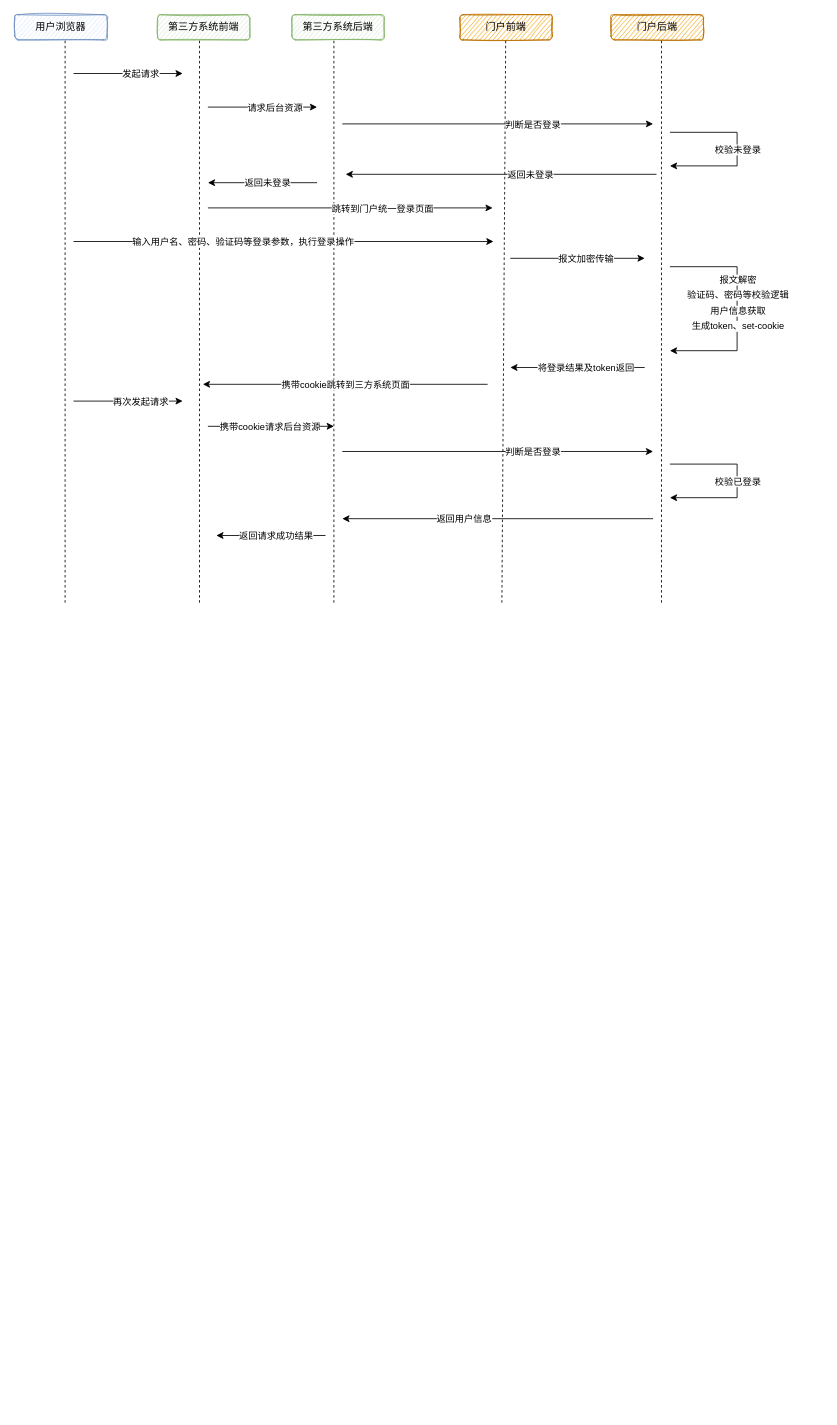
The draw.io diagram 单点登录流程oauth2.drawio in Aias00/drawio, before the edit. Source tidied: cells renumbered, new cells numbered last; positions are measured from the earlier drawing's top-left corner, leaving out a move shared by most shapes. Both pictures are drawn from the tidied source at 84%, with x=0, y=0 at pixel (14, 14).
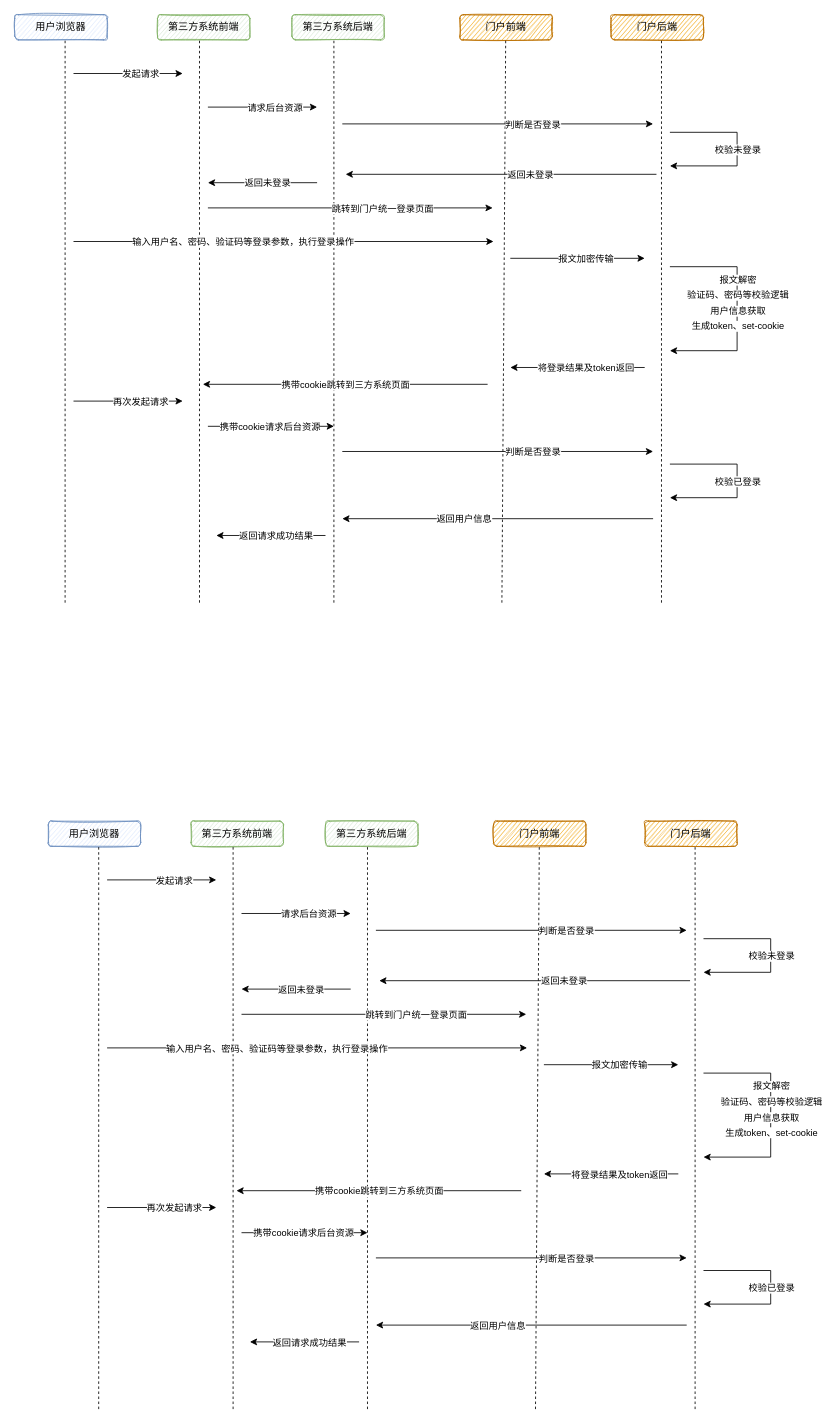
After the change.

Commit message (it also covers changes not shown here):
更新单点登录流程oauth2.drawio

What changed in the source:
```diff
@@
+    <mxCell id="51" value="用户浏览器" style="whiteSpace=wrap;html=1;glass=0;shadow=0;fillColor=#dae8fc;strokeColor=#6c8ebf;gradientColor=none;rounded=1;sketch=1;" parent="1" vertex="1">
+      <mxGeometry x="40" y="960" width="110" height="30" as="geometry" />
+    </mxCell>
+    <mxCell id="52" value="第三方系统前端" style="whiteSpace=wrap;html=1;glass=0;shadow=0;fillColor=#d5e8d4;strokeColor=#82b366;rounded=1;sketch=1;" parent="1" vertex="1">
+      <mxGeometry x="210" y="960" width="110" height="30" as="geometry" />
+    </mxCell>
+    <mxCell id="53" value="第三方系统后端" style="whiteSpace=wrap;html=1;glass=0;shadow=0;fillColor=#d5e8d4;strokeColor=#82b366;rounded=1;sketch=1;" parent="1" vertex="1">
+      <mxGeometry x="370" y="960" width="110" height="30" as="geometry" />
+    </mxCell>
+    <mxCell id="54" value="门户前端" style="whiteSpace=wrap;html=1;glass=0;shadow=0;fillColor=#f0a30a;strokeColor=#BD7000;rounded=1;sketch=1;fontColor=#000000;" parent="1" vertex="1">
+      <mxGeometry x="570" y="960" width="110" height="30" as="geometry" />
+    </mxCell>
+    <mxCell id="55" value="门户后端" style="whiteSpace=wrap;html=1;glass=0;shadow=0;fillColor=#f0a30a;strokeColor=#BD7000;rounded=1;sketch=1;fontColor=#000000;" parent="1" vertex="1">
+      <mxGeometry x="750" y="960" width="110" height="30" as="geometry" />
+    </mxCell>
+    <mxCell id="56" style="endArrow=none;dashed=1;html=1;rounded=0;" parent="1" edge="1">
+      <mxGeometry relative="1" as="geometry">
+        <mxPoint x="260" y="1660" as="sourcePoint" />
+        <mxPoint x="260" y="990" as="targetPoint" />
+      </mxGeometry>
+    </mxCell>
+    <mxCell id="57" style="endArrow=none;dashed=1;html=1;rounded=0;" parent="1" edge="1">
+      <mxGeometry relative="1" as="geometry">
+        <mxPoint x="100" y="1660" as="sourcePoint" />
+        <mxPoint x="100" y="990" as="targetPoint" />
+      </mxGeometry>
+    </mxCell>
+    <mxCell id="58" style="endArrow=classic;html=1;rounded=0;" parent="1" edge="1">
+      <mxGeometry relative="1" as="geometry">
+        <mxPoint x="110" y="1030" as="sourcePoint" />
+        <mxPoint x="240" y="1030" as="targetPoint" />
+      </mxGeometry>
+    </mxCell>
+    <mxCell id="59" value="发起请求" style="edgeLabel;html=1;align=center;verticalAlign=middle;" parent="58" vertex="1">
+      <mxGeometry x="0.22" relative="1" as="geometry" />
+    </mxCell>
+    <mxCell id="60" style="endArrow=none;dashed=1;html=1;rounded=0;" parent="1" edge="1">
+      <mxGeometry relative="1" as="geometry">
+        <mxPoint x="420" y="1660" as="sourcePoint" />
+        <mxPoint x="420" y="990" as="targetPoint" />
+      </mxGeometry>
+    </mxCell>
+    <mxCell id="61" style="endArrow=classic;html=1;rounded=0;" parent="1" edge="1">
+      <mxGeometry relative="1" as="geometry">
+        <mxPoint x="270" y="1070" as="sourcePoint" />
+        <mxPoint x="400" y="1070" as="targetPoint" />
+      </mxGeometry>
+    </mxCell>
+    <mxCell id="62" value="请求后台资源" style="edgeLabel;html=1;align=center;verticalAlign=middle;" parent="61" vertex="1">
+      <mxGeometry x="0.22" relative="1" as="geometry" />
+    </mxCell>
+    <mxCell id="63" style="endArrow=none;dashed=1;html=1;rounded=0;" parent="1" edge="1">
+      <mxGeometry relative="1" as="geometry">
+        <mxPoint x="620" y="1660" as="sourcePoint" />
+        <mxPoint x="624.5" y="990" as="targetPoint" />
+      </mxGeometry>
+    </mxCell>
+    <mxCell id="64" style="endArrow=none;dashed=1;html=1;rounded=0;" parent="1" edge="1">
+      <mxGeometry relative="1" as="geometry">
+        <mxPoint x="810" y="1660" as="sourcePoint" />
+        <mxPoint x="810" y="990" as="targetPoint" />
+      </mxGeometry>
+    </mxCell>
+    <mxCell id="65" style="endArrow=classic;html=1;rounded=0;" parent="1" edge="1">
+      <mxGeometry relative="1" as="geometry">
+        <mxPoint x="430" y="1090" as="sourcePoint" />
+        <mxPoint x="800" y="1090" as="targetPoint" />
+      </mxGeometry>
+    </mxCell>
+    <mxCell id="66" value="判断是否登录" style="edgeLabel;html=1;align=center;verticalAlign=middle;" parent="65" vertex="1">
+      <mxGeometry x="0.22" relative="1" as="geometry" />
+    </mxCell>
+    <mxCell id="67" style="endArrow=classic;html=1;rounded=0;" parent="1" edge="1">
+      <mxGeometry relative="1" as="geometry">
+        <mxPoint x="804" y="1150" as="sourcePoint" />
+        <mxPoint x="434" y="1150" as="targetPoint" />
+      </mxGeometry>
+    </mxCell>
+    <mxCell id="68" value="返回未登录" style="edgeLabel;html=1;align=center;verticalAlign=middle;" parent="67" vertex="1">
+      <mxGeometry x="0.22" relative="1" as="geometry">
+        <mxPoint x="75" as="offset" />
+      </mxGeometry>
+    </mxCell>
+    <mxCell id="69" style="endArrow=classic;html=1;rounded=0;" parent="1" edge="1">
+      <mxGeometry relative="1" as="geometry">
+        <mxPoint x="400" y="1160" as="sourcePoint" />
+        <mxPoint x="270" y="1160" as="targetPoint" />
+      </mxGeometry>
+    </mxCell>
+    <mxCell id="70" value="返回未登录" style="edgeLabel;html=1;align=center;verticalAlign=middle;" parent="69" vertex="1">
+      <mxGeometry x="0.22" relative="1" as="geometry">
+        <mxPoint x="19" as="offset" />
+      </mxGeometry>
+    </mxCell>
+    <mxCell id="71" style="endArrow=classic;html=1;rounded=0;" parent="1" edge="1">
+      <mxGeometry relative="1" as="geometry">
+        <mxPoint x="270" y="1190" as="sourcePoint" />
+        <mxPoint x="609" y="1190" as="targetPoint" />
+      </mxGeometry>
+    </mxCell>
+    <mxCell id="72" value="跳转到门户统一登录页面" style="edgeLabel;html=1;align=center;verticalAlign=middle;" parent="71" vertex="1">
+      <mxGeometry x="0.22" relative="1" as="geometry" />
+    </mxCell>
+    <mxCell id="73" style="endArrow=classic;html=1;rounded=0;" parent="1" edge="1">
+      <mxGeometry relative="1" as="geometry">
+        <mxPoint x="110" y="1230" as="sourcePoint" />
+        <mxPoint x="610" y="1230" as="targetPoint" />
+      </mxGeometry>
+    </mxCell>
+    <mxCell id="74" value="输入用户名、密码、验证码等登录参数，执行登录操作" style="edgeLabel;html=1;align=center;verticalAlign=middle;" parent="73" vertex="1">
+      <mxGeometry x="0.22" relative="1" as="geometry">
+        <mxPoint x="-104" as="offset" />
+      </mxGeometry>
+    </mxCell>
+    <mxCell id="75" style="endArrow=classic;html=1;rounded=0;" parent="1" edge="1">
+      <mxGeometry relative="1" as="geometry">
+        <mxPoint x="630" y="1250" as="sourcePoint" />
+        <mxPoint x="790" y="1250" as="targetPoint" />
+      </mxGeometry>
+    </mxCell>
+    <mxCell id="76" value="报文加密传输" style="edgeLabel;html=1;align=center;verticalAlign=middle;" parent="75" vertex="1">
+      <mxGeometry x="0.22" relative="1" as="geometry">
+        <mxPoint x="-9" as="offset" />
+      </mxGeometry>
+    </mxCell>
+    <mxCell id="77" style="endArrow=classic;html=1;rounded=0;edgeStyle=elbowEdgeStyle;" parent="1" edge="1">
+      <mxGeometry relative="1" as="geometry">
+        <mxPoint x="820" y="1100" as="sourcePoint" />
+        <mxPoint x="820" y="1140" as="targetPoint" />
+        <Array as="points">
+          <mxPoint x="900" y="1120" />
+        </Array>
+      </mxGeometry>
+    </mxCell>
+    <mxCell id="78" value="校验未登录" style="edgeLabel;html=1;align=center;verticalAlign=middle;" parent="77" vertex="1">
+      <mxGeometry x="-0.52" y="-2" relative="1" as="geometry">
+        <mxPoint x="32" y="18" as="offset" />
+      </mxGeometry>
+    </mxCell>
+    <mxCell id="79" style="endArrow=classic;html=1;rounded=0;edgeStyle=elbowEdgeStyle;" parent="1" edge="1">
+      <mxGeometry relative="1" as="geometry">
+        <mxPoint x="820" y="1260" as="sourcePoint" />
+        <mxPoint x="820" y="1360" as="targetPoint" />
+        <Array as="points">
+          <mxPoint x="900" y="1280" />
+        </Array>
+      </mxGeometry>
+    </mxCell>
+    <mxCell id="80" value="报文解密" style="edgeLabel;html=1;align=center;verticalAlign=middle;" parent="79" vertex="1">
+      <mxGeometry x="-0.27" y="-2" relative="1" as="geometry">
+        <mxPoint x="2" as="offset" />
+      </mxGeometry>
+    </mxCell>
+    <mxCell id="81" value="验证码、密码等校验逻辑" style="edgeLabel;html=1;align=center;verticalAlign=middle;" parent="1" vertex="1">
+      <mxGeometry x="900" y="1293" as="geometry" />
+    </mxCell>
+    <mxCell id="82" value="用户信息获取" style="edgeLabel;html=1;align=center;verticalAlign=middle;" parent="1" vertex="1">
+      <mxGeometry x="900" y="1312" as="geometry" />
+    </mxCell>
+    <mxCell id="83" value="生成token、set-cookie" style="edgeLabel;html=1;align=center;verticalAlign=middle;" parent="1" vertex="1">
+      <mxGeometry x="900" y="1330" as="geometry" />
+    </mxCell>
+    <mxCell id="84" style="endArrow=classic;html=1;rounded=0;" parent="1" edge="1">
+      <mxGeometry relative="1" as="geometry">
+        <mxPoint x="790" y="1380" as="sourcePoint" />
+        <mxPoint x="630" y="1380" as="targetPoint" />
+      </mxGeometry>
+    </mxCell>
+    <mxCell id="85" value="将登录结果及token返回" style="edgeLabel;html=1;align=center;verticalAlign=middle;" parent="84" vertex="1">
+      <mxGeometry x="0.22" relative="1" as="geometry">
+        <mxPoint x="27" as="offset" />
+      </mxGeometry>
+    </mxCell>
+    <mxCell id="86" style="endArrow=classic;html=1;rounded=0;" parent="1" edge="1">
+      <mxGeometry relative="1" as="geometry">
+        <mxPoint x="603" y="1400" as="sourcePoint" />
+        <mxPoint x="264" y="1400" as="targetPoint" />
+      </mxGeometry>
+    </mxCell>
+    <mxCell id="87" value="携带cookie跳转到三方系统页面" style="edgeLabel;html=1;align=center;verticalAlign=middle;" parent="86" vertex="1">
+      <mxGeometry x="0.22" relative="1" as="geometry">
+        <mxPoint x="37" as="offset" />
+      </mxGeometry>
+    </mxCell>
+    <mxCell id="88" style="endArrow=classic;html=1;rounded=0;" parent="1" edge="1">
+      <mxGeometry relative="1" as="geometry">
+        <mxPoint x="110" y="1420" as="sourcePoint" />
+        <mxPoint x="240" y="1420" as="targetPoint" />
+      </mxGeometry>
+    </mxCell>
+    <mxCell id="89" value="再次发起请求" style="edgeLabel;html=1;align=center;verticalAlign=middle;" parent="88" vertex="1">
+      <mxGeometry x="0.22" relative="1" as="geometry" />
+    </mxCell>
+    <mxCell id="90" style="endArrow=classic;html=1;rounded=0;" parent="1" edge="1">
+      <mxGeometry relative="1" as="geometry">
+        <mxPoint x="270" y="1450" as="sourcePoint" />
+        <mxPoint x="420" y="1450" as="targetPoint" />
+      </mxGeometry>
+    </mxCell>
+    <mxCell id="91" value="携带cookie请求后台资源" style="edgeLabel;html=1;align=center;verticalAlign=middle;" parent="90" vertex="1">
+      <mxGeometry x="0.22" relative="1" as="geometry">
+        <mxPoint x="-19" as="offset" />
+      </mxGeometry>
+    </mxCell>
+    <mxCell id="92" style="endArrow=classic;html=1;rounded=0;" parent="1" edge="1">
+      <mxGeometry relative="1" as="geometry">
+        <mxPoint x="430" y="1480" as="sourcePoint" />
+        <mxPoint x="800" y="1480" as="targetPoint" />
+      </mxGeometry>
+    </mxCell>
+    <mxCell id="93" value="判断是否登录" style="edgeLabel;html=1;align=center;verticalAlign=middle;" parent="92" vertex="1">
+      <mxGeometry x="0.22" relative="1" as="geometry" />
+    </mxCell>
+    <mxCell id="94" style="endArrow=classic;html=1;rounded=0;edgeStyle=elbowEdgeStyle;" parent="1" edge="1">
+      <mxGeometry relative="1" as="geometry">
+        <mxPoint x="820" y="1495" as="sourcePoint" />
+        <mxPoint x="820" y="1535" as="targetPoint" />
+        <Array as="points">
+          <mxPoint x="900" y="1515" />
+        </Array>
+      </mxGeometry>
+    </mxCell>
+    <mxCell id="95" value="校验已登录" style="edgeLabel;html=1;align=center;verticalAlign=middle;" parent="94" vertex="1">
+      <mxGeometry x="-0.52" y="-2" relative="1" as="geometry">
+        <mxPoint x="32" y="18" as="offset" />
+      </mxGeometry>
+    </mxCell>
+    <mxCell id="96" style="endArrow=classic;html=1;rounded=0;" parent="1" edge="1">
+      <mxGeometry relative="1" as="geometry">
+        <mxPoint x="800" y="1560" as="sourcePoint" />
+        <mxPoint x="430" y="1560" as="targetPoint" />
+      </mxGeometry>
+    </mxCell>
+    <mxCell id="97" value="返回用户信息" style="edgeLabel;html=1;align=center;verticalAlign=middle;" parent="96" vertex="1">
+      <mxGeometry x="0.22" relative="1" as="geometry" />
+    </mxCell>
+    <mxCell id="98" style="endArrow=classic;html=1;rounded=0;" parent="1" edge="1">
+      <mxGeometry relative="1" as="geometry">
+        <mxPoint x="410" y="1580" as="sourcePoint" />
+        <mxPoint x="280" y="1580" as="targetPoint" />
+      </mxGeometry>
+    </mxCell>
+    <mxCell id="99" value="返回请求成功结果" style="edgeLabel;html=1;align=center;verticalAlign=middle;" parent="98" vertex="1">
+      <mxGeometry x="0.22" relative="1" as="geometry">
+        <mxPoint x="19" as="offset" />
+      </mxGeometry>
+    </mxCell>
```
